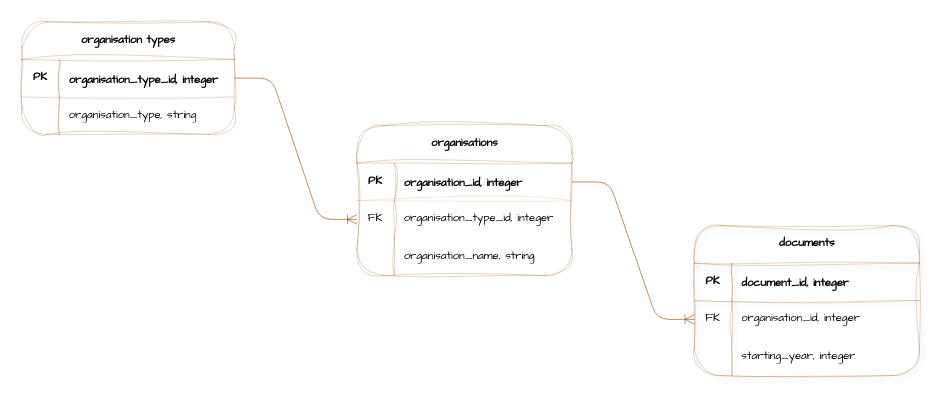
Earlier version of the draw.io diagram page "lines" (2 of 3) of data/images/objects.drawio (data-intelligence-00003/fetch). Source tidied: cells renumbered, new cells numbered last; positions are measured from the earlier drawing's top-left corner, leaving out a move shared by most shapes. Both pictures are drawn from the tidied source at 125%, with x=0, y=0 at pixel (21, 21).
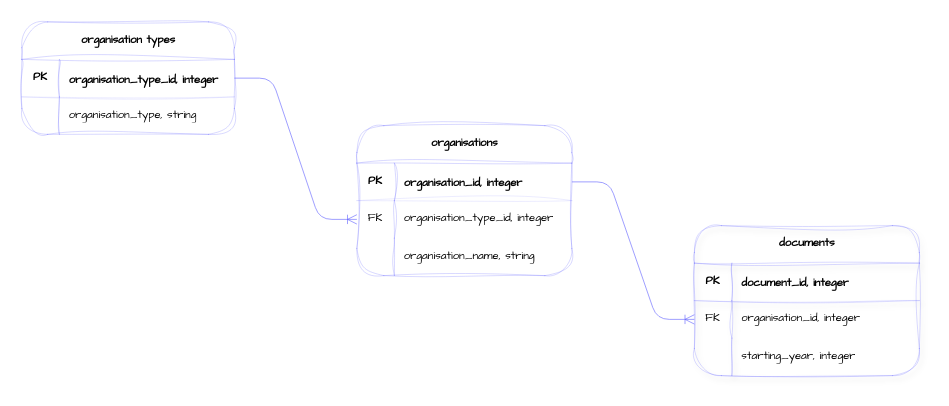
After the change.

Diff of the diagram source:
```diff
@@
-    <mxCell id="2" value="organisation types" style="shape=table;startSize=30;childLayout=tableLayout;rowLines=0;fontStyle=1;align=center;html=1;rounded=1;fontFamily=Comic Sans MS;fontSize=9;strokeColor=#994C00;fillColor=none;opacity=40;gradientColor=none;swimlaneLine=1;shadow=0;strokeWidth=0.5;sketch=1;curveFitting=1;jiggle=2;arcSize=23;" parent="1" vertex="1">
+    <mxCell id="2" value="organisation types" style="shape=table;startSize=30;childLayout=tableLayout;rowLines=0;fontStyle=1;align=center;html=1;rounded=1;fontFamily=Comic Sans MS;fontSize=9;strokeColor=#6666FF;fillColor=none;opacity=40;gradientColor=none;swimlaneLine=1;shadow=0;strokeWidth=0.5;sketch=1;curveFitting=1;jiggle=2;arcSize=23;" parent="1" vertex="1">
       <mxGeometry width="170" height="90" as="geometry" />
     </mxCell>
-    <mxCell id="3" style="shape=tableRow;horizontal=0;startSize=0;swimlaneHead=0;swimlaneBody=0;fillColor=none;points=[[0,0.5],[1,0.5]];portConstraint=eastwest;top=0;left=0;right=0;bottom=1;fontFamily=Comic Sans MS;fontSize=9;strokeColor=#994C00;opacity=20;gradientColor=none;swimlaneLine=1;shadow=0;strokeWidth=0.5;sketch=1;curveFitting=1;jiggle=2;" parent="2" vertex="1">
+    <mxCell id="3" style="shape=tableRow;horizontal=0;startSize=0;swimlaneHead=0;swimlaneBody=0;fillColor=none;points=[[0,0.5],[1,0.5]];portConstraint=eastwest;top=0;left=0;right=0;bottom=1;fontFamily=Comic Sans MS;fontSize=9;strokeColor=#6666FF;opacity=20;gradientColor=none;swimlaneLine=1;shadow=0;strokeWidth=0.5;sketch=1;curveFitting=1;jiggle=2;" parent="2" vertex="1">
       <mxGeometry y="30" width="170" height="30" as="geometry" />
     </mxCell>
-    <mxCell id="4" value="PK" style="shape=partialRectangle;fillColor=none;top=0;left=0;bottom=0;right=0;fontStyle=1;overflow=hidden;whiteSpace=wrap;html=1;fontFamily=Comic Sans MS;fontSize=9;strokeColor=#994C00;opacity=20;gradientColor=none;swimlaneLine=1;shadow=0;strokeWidth=0.5;sketch=1;curveFitting=1;jiggle=2;" parent="3" vertex="1">
+    <mxCell id="4" value="PK" style="shape=partialRectangle;fillColor=none;top=0;left=0;bottom=0;right=0;fontStyle=1;overflow=hidden;whiteSpace=wrap;html=1;fontFamily=Comic Sans MS;fontSize=9;strokeColor=#6666FF;opacity=20;gradientColor=none;swimlaneLine=1;shadow=0;strokeWidth=0.5;sketch=1;curveFitting=1;jiggle=2;" parent="3" vertex="1">
       <mxGeometry width="30" height="30" as="geometry" />
     </mxCell>
-    <mxCell id="5" value="&lt;p&gt;&lt;font face=&quot;Comic Sans MS&quot;&gt;organisation_type_id, integer&lt;/font&gt;&lt;/p&gt;" style="shape=partialRectangle;fillColor=none;top=0;left=0;bottom=0;right=0;align=left;spacingLeft=6;fontStyle=1;overflow=hidden;whiteSpace=wrap;html=1;fontFamily=Comic Sans MS;fontSize=9;strokeColor=#994C00;opacity=20;gradientColor=none;swimlaneLine=1;shadow=0;strokeWidth=0.5;sketch=1;curveFitting=1;jiggle=2;" parent="3" vertex="1">
+    <mxCell id="5" value="&lt;p&gt;&lt;font face=&quot;Comic Sans MS&quot;&gt;organisation_type_id, integer&lt;/font&gt;&lt;/p&gt;" style="shape=partialRectangle;fillColor=none;top=0;left=0;bottom=0;right=0;align=left;spacingLeft=6;fontStyle=1;overflow=hidden;whiteSpace=wrap;html=1;fontFamily=Comic Sans MS;fontSize=9;strokeColor=#6666FF;opacity=20;gradientColor=none;swimlaneLine=1;shadow=0;strokeWidth=0.5;sketch=1;curveFitting=1;jiggle=2;" parent="3" vertex="1">
       <mxGeometry x="30" width="140" height="30" as="geometry" />
     </mxCell>
-    <mxCell id="6" style="shape=tableRow;horizontal=0;startSize=0;swimlaneHead=0;swimlaneBody=0;fillColor=none;top=0;left=0;right=0;bottom=0;fontFamily=Comic Sans MS;fontSize=9;strokeColor=#994C00;opacity=20;gradientColor=none;swimlaneLine=1;shadow=0;strokeWidth=0.5;sketch=1;curveFitting=1;jiggle=2;" parent="2" vertex="1">
+    <mxCell id="6" style="shape=tableRow;horizontal=0;startSize=0;swimlaneHead=0;swimlaneBody=0;fillColor=none;top=0;left=0;right=0;bottom=0;fontFamily=Comic Sans MS;fontSize=9;strokeColor=#6666FF;opacity=20;gradientColor=none;swimlaneLine=1;shadow=0;strokeWidth=0.5;sketch=1;curveFitting=1;jiggle=2;" parent="2" vertex="1">
       <mxGeometry y="60" width="170" height="30" as="geometry" />
     </mxCell>
-    <mxCell id="7" style="shape=partialRectangle;fillColor=none;top=0;left=0;bottom=0;right=0;overflow=hidden;whiteSpace=wrap;html=1;fontFamily=Comic Sans MS;fontSize=9;strokeColor=#994C00;opacity=20;gradientColor=none;swimlaneLine=1;shadow=0;strokeWidth=0.5;sketch=1;curveFitting=1;jiggle=2;" parent="6" vertex="1">
+    <mxCell id="7" style="shape=partialRectangle;fillColor=none;top=0;left=0;bottom=0;right=0;overflow=hidden;whiteSpace=wrap;html=1;fontFamily=Comic Sans MS;fontSize=9;strokeColor=#6666FF;opacity=20;gradientColor=none;swimlaneLine=1;shadow=0;strokeWidth=0.5;sketch=1;curveFitting=1;jiggle=2;" parent="6" vertex="1">
       <mxGeometry width="30" height="30" as="geometry" />
     </mxCell>
-    <mxCell id="8" value="organisation_type, string" style="shape=partialRectangle;fillColor=none;top=0;left=0;bottom=0;right=0;align=left;spacingLeft=6;overflow=hidden;whiteSpace=wrap;html=1;fontFamily=Comic Sans MS;fontSize=9;strokeColor=#994C00;opacity=20;gradientColor=none;swimlaneLine=1;shadow=0;strokeWidth=0.5;sketch=1;curveFitting=1;jiggle=2;" parent="6" vertex="1">
+    <mxCell id="8" value="organisation_type, string" style="shape=partialRectangle;fillColor=none;top=0;left=0;bottom=0;right=0;align=left;spacingLeft=6;overflow=hidden;whiteSpace=wrap;html=1;fontFamily=Comic Sans MS;fontSize=9;strokeColor=#6666FF;opacity=20;gradientColor=none;swimlaneLine=1;shadow=0;strokeWidth=0.5;sketch=1;curveFitting=1;jiggle=2;" parent="6" vertex="1">
       <mxGeometry x="30" width="140" height="30" as="geometry" />
     </mxCell>
-    <mxCell id="9" value="organisations" style="shape=table;startSize=30;childLayout=tableLayout;rowLines=0;fontStyle=1;align=center;html=1;rounded=1;fontFamily=Comic Sans MS;fontSize=9;strokeColor=#994C00;fillColor=none;opacity=40;gradientColor=none;swimlaneLine=1;shadow=0;strokeWidth=0.5;arcSize=24;sketch=1;curveFitting=1;jiggle=2;" parent="1" vertex="1">
+    <mxCell id="9" value="organisations" style="shape=table;startSize=30;childLayout=tableLayout;rowLines=0;fontStyle=1;align=center;html=1;rounded=1;fontFamily=Comic Sans MS;fontSize=9;strokeColor=#6666FF;fillColor=none;opacity=40;gradientColor=none;swimlaneLine=1;shadow=0;strokeWidth=0.5;arcSize=24;sketch=1;curveFitting=1;jiggle=2;" parent="1" vertex="1">
       <mxGeometry x="268" y="83" width="172" height="120" as="geometry" />
     </mxCell>
-    <mxCell id="10" style="shape=tableRow;horizontal=0;startSize=0;swimlaneHead=0;swimlaneBody=0;fillColor=none;points=[[0,0.5],[1,0.5]];portConstraint=eastwest;top=0;left=0;right=0;bottom=1;fontFamily=Comic Sans MS;fontSize=9;strokeColor=#994C00;opacity=20;gradientColor=none;swimlaneLine=1;shadow=0;strokeWidth=0.5;sketch=1;curveFitting=1;jiggle=2;" parent="9" vertex="1">
+    <mxCell id="10" style="shape=tableRow;horizontal=0;startSize=0;swimlaneHead=0;swimlaneBody=0;fillColor=none;points=[[0,0.5],[1,0.5]];portConstraint=eastwest;top=0;left=0;right=0;bottom=1;fontFamily=Comic Sans MS;fontSize=9;strokeColor=#6666FF;opacity=20;gradientColor=none;swimlaneLine=1;shadow=0;strokeWidth=0.5;sketch=1;curveFitting=1;jiggle=2;" parent="9" vertex="1">
       <mxGeometry y="30" width="172" height="30" as="geometry" />
     </mxCell>
-    <mxCell id="11" value="PK" style="shape=partialRectangle;fillColor=none;top=0;left=0;bottom=0;right=0;fontStyle=1;overflow=hidden;whiteSpace=wrap;html=1;fontFamily=Comic Sans MS;fontSize=9;strokeColor=#994C00;opacity=20;gradientColor=none;swimlaneLine=1;shadow=0;strokeWidth=0.5;sketch=1;curveFitting=1;jiggle=2;" parent="10" vertex="1">
+    <mxCell id="11" value="PK" style="shape=partialRectangle;fillColor=none;top=0;left=0;bottom=0;right=0;fontStyle=1;overflow=hidden;whiteSpace=wrap;html=1;fontFamily=Comic Sans MS;fontSize=9;strokeColor=#6666FF;opacity=20;gradientColor=none;swimlaneLine=1;shadow=0;strokeWidth=0.5;sketch=1;curveFitting=1;jiggle=2;" parent="10" vertex="1">
       <mxGeometry width="30" height="30" as="geometry" />
     </mxCell>
-    <mxCell id="12" value="&lt;p&gt;&lt;font face=&quot;Comic Sans MS&quot;&gt;organisation_id, integer&lt;/font&gt;&lt;/p&gt;" style="shape=partialRectangle;fillColor=none;top=0;left=0;bottom=0;right=0;align=left;spacingLeft=6;fontStyle=1;overflow=hidden;whiteSpace=wrap;html=1;fontFamily=Comic Sans MS;fontSize=9;strokeColor=#994C00;opacity=20;gradientColor=none;swimlaneLine=1;shadow=0;strokeWidth=0.5;sketch=1;curveFitting=1;jiggle=2;" parent="10" vertex="1">
+    <mxCell id="12" value="&lt;p&gt;&lt;font face=&quot;Comic Sans MS&quot;&gt;organisation_id, integer&lt;/font&gt;&lt;/p&gt;" style="shape=partialRectangle;fillColor=none;top=0;left=0;bottom=0;right=0;align=left;spacingLeft=6;fontStyle=1;overflow=hidden;whiteSpace=wrap;html=1;fontFamily=Comic Sans MS;fontSize=9;strokeColor=#6666FF;opacity=20;gradientColor=none;swimlaneLine=1;shadow=0;strokeWidth=0.5;sketch=1;curveFitting=1;jiggle=2;" parent="10" vertex="1">
       <mxGeometry x="30" width="142" height="30" as="geometry" />
     </mxCell>
-    <mxCell id="13" style="shape=tableRow;horizontal=0;startSize=0;swimlaneHead=0;swimlaneBody=0;fillColor=none;points=[[0,0.5],[1,0.5]];portConstraint=eastwest;top=0;left=0;right=0;bottom=0;fontFamily=Comic Sans MS;fontSize=9;strokeColor=#994C00;opacity=20;gradientColor=none;swimlaneLine=1;shadow=0;strokeWidth=0.5;sketch=1;curveFitting=1;jiggle=2;" parent="9" vertex="1">
+    <mxCell id="13" style="shape=tableRow;horizontal=0;startSize=0;swimlaneHead=0;swimlaneBody=0;fillColor=none;points=[[0,0.5],[1,0.5]];portConstraint=eastwest;top=0;left=0;right=0;bottom=0;fontFamily=Comic Sans MS;fontSize=9;strokeColor=#6666FF;opacity=20;gradientColor=none;swimlaneLine=1;shadow=0;strokeWidth=0.5;sketch=1;curveFitting=1;jiggle=2;" parent="9" vertex="1">
       <mxGeometry y="60" width="172" height="30" as="geometry" />
     </mxCell>
-    <mxCell id="14" value="FK" style="shape=partialRectangle;fillColor=none;top=0;left=0;bottom=0;right=0;overflow=hidden;whiteSpace=wrap;html=1;fontFamily=Comic Sans MS;fontSize=9;strokeColor=#994C00;opacity=20;gradientColor=none;swimlaneLine=1;shadow=0;strokeWidth=0.5;sketch=1;curveFitting=1;jiggle=2;" parent="13" vertex="1">
+    <mxCell id="14" value="FK" style="shape=partialRectangle;fillColor=none;top=0;left=0;bottom=0;right=0;overflow=hidden;whiteSpace=wrap;html=1;fontFamily=Comic Sans MS;fontSize=9;strokeColor=#6666FF;opacity=20;gradientColor=none;swimlaneLine=1;shadow=0;strokeWidth=0.5;sketch=1;curveFitting=1;jiggle=2;" parent="13" vertex="1">
       <mxGeometry width="30" height="30" as="geometry" />
     </mxCell>
-    <mxCell id="15" value="organisation_type_id, integer" style="shape=partialRectangle;fillColor=none;top=0;left=0;bottom=0;right=0;align=left;spacingLeft=6;overflow=hidden;whiteSpace=wrap;html=1;fontFamily=Comic Sans MS;fontSize=9;strokeColor=#994C00;opacity=20;gradientColor=none;swimlaneLine=1;shadow=0;strokeWidth=0.5;sketch=1;curveFitting=1;jiggle=2;" parent="13" vertex="1">
+    <mxCell id="15" value="organisation_type_id, integer" style="shape=partialRectangle;fillColor=none;top=0;left=0;bottom=0;right=0;align=left;spacingLeft=6;overflow=hidden;whiteSpace=wrap;html=1;fontFamily=Comic Sans MS;fontSize=9;strokeColor=#6666FF;opacity=20;gradientColor=none;swimlaneLine=1;shadow=0;strokeWidth=0.5;sketch=1;curveFitting=1;jiggle=2;" parent="13" vertex="1">
       <mxGeometry x="30" width="142" height="30" as="geometry" />
     </mxCell>
-    <mxCell id="16" style="shape=tableRow;horizontal=0;startSize=0;swimlaneHead=0;swimlaneBody=0;fillColor=none;top=0;left=0;right=0;bottom=0;fontFamily=Comic Sans MS;fontSize=9;strokeColor=#994C00;opacity=20;gradientColor=none;swimlaneLine=1;shadow=0;strokeWidth=0.5;sketch=1;curveFitting=1;jiggle=2;" parent="9" vertex="1">
+    <mxCell id="16" style="shape=tableRow;horizontal=0;startSize=0;swimlaneHead=0;swimlaneBody=0;fillColor=none;top=0;left=0;right=0;bottom=0;fontFamily=Comic Sans MS;fontSize=9;strokeColor=#6666FF;opacity=20;gradientColor=none;swimlaneLine=1;shadow=0;strokeWidth=0.5;sketch=1;curveFitting=1;jiggle=2;" parent="9" vertex="1">
       <mxGeometry y="90" width="172" height="30" as="geometry" />
     </mxCell>
-    <mxCell id="17" style="shape=partialRectangle;fillColor=none;top=0;left=0;bottom=0;right=0;overflow=hidden;whiteSpace=wrap;html=1;fontFamily=Comic Sans MS;fontSize=9;strokeColor=#994C00;opacity=20;gradientColor=none;swimlaneLine=1;shadow=0;strokeWidth=0.5;sketch=1;curveFitting=1;jiggle=2;" parent="16" vertex="1">
+    <mxCell id="17" style="shape=partialRectangle;fillColor=none;top=0;left=0;bottom=0;right=0;overflow=hidden;whiteSpace=wrap;html=1;fontFamily=Comic Sans MS;fontSize=9;strokeColor=#6666FF;opacity=20;gradientColor=none;swimlaneLine=1;shadow=0;strokeWidth=0.5;sketch=1;curveFitting=1;jiggle=2;" parent="16" vertex="1">
       <mxGeometry width="30" height="30" as="geometry" />
     </mxCell>
-    <mxCell id="18" value="organisation_name, string" style="shape=partialRectangle;fillColor=none;top=0;left=0;bottom=0;right=0;align=left;spacingLeft=6;overflow=hidden;whiteSpace=wrap;html=1;fontFamily=Comic Sans MS;fontSize=9;strokeColor=#994C00;opacity=20;gradientColor=none;swimlaneLine=1;shadow=0;strokeWidth=0.5;sketch=1;curveFitting=1;jiggle=2;" parent="16" vertex="1">
+    <mxCell id="18" value="organisation_name, string" style="shape=partialRectangle;fillColor=none;top=0;left=0;bottom=0;right=0;align=left;spacingLeft=6;overflow=hidden;whiteSpace=wrap;html=1;fontFamily=Comic Sans MS;fontSize=9;strokeColor=#6666FF;opacity=20;gradientColor=none;swimlaneLine=1;shadow=0;strokeWidth=0.5;sketch=1;curveFitting=1;jiggle=2;" parent="16" vertex="1">
       <mxGeometry x="30" width="142" height="30" as="geometry" />
     </mxCell>
-    <mxCell id="19" value="documents" style="shape=table;startSize=30;childLayout=tableLayout;rowLines=0;fontStyle=1;align=center;html=1;rounded=1;fontFamily=Comic Sans MS;fontSize=9;strokeColor=#994C00;fillColor=none;opacity=40;gradientColor=none;swimlaneLine=1;shadow=1;strokeWidth=0.5;arcSize=24;sketch=1;curveFitting=1;jiggle=2;" parent="1" vertex="1">
+    <mxCell id="19" value="documents" style="shape=table;startSize=30;childLayout=tableLayout;rowLines=0;fontStyle=1;align=center;html=1;rounded=1;fontFamily=Comic Sans MS;fontSize=9;strokeColor=#6666FF;fillColor=none;opacity=40;gradientColor=none;swimlaneLine=1;shadow=1;strokeWidth=0.5;arcSize=24;sketch=1;curveFitting=1;jiggle=2;" parent="1" vertex="1">
       <mxGeometry x="538" y="163" width="180" height="120" as="geometry" />
     </mxCell>
-    <mxCell id="20" style="shape=tableRow;horizontal=0;startSize=0;swimlaneHead=0;swimlaneBody=0;fillColor=none;top=0;left=0;right=0;bottom=1;fontFamily=Comic Sans MS;fontSize=9;strokeColor=#994C00;opacity=30;gradientColor=none;swimlaneLine=1;shadow=1;strokeWidth=0.5;sketch=1;curveFitting=1;jiggle=2;" parent="19" vertex="1">
+    <mxCell id="20" style="shape=tableRow;horizontal=0;startSize=0;swimlaneHead=0;swimlaneBody=0;fillColor=none;top=0;left=0;right=0;bottom=1;fontFamily=Comic Sans MS;fontSize=9;strokeColor=#6666FF;opacity=30;gradientColor=none;swimlaneLine=1;shadow=1;strokeWidth=0.5;sketch=1;curveFitting=1;jiggle=2;" parent="19" vertex="1">
       <mxGeometry y="30" width="180" height="30" as="geometry" />
     </mxCell>
-    <mxCell id="21" value="PK" style="shape=partialRectangle;fillColor=none;top=0;left=0;bottom=0;right=0;fontStyle=1;overflow=hidden;whiteSpace=wrap;html=1;fontFamily=Comic Sans MS;fontSize=9;strokeColor=#994C00;opacity=30;gradientColor=none;swimlaneLine=1;shadow=1;strokeWidth=0.5;sketch=1;curveFitting=1;jiggle=2;" parent="20" vertex="1">
+    <mxCell id="21" value="PK" style="shape=partialRectangle;fillColor=none;top=0;left=0;bottom=0;right=0;fontStyle=1;overflow=hidden;whiteSpace=wrap;html=1;fontFamily=Comic Sans MS;fontSize=9;strokeColor=#6666FF;opacity=30;gradientColor=none;swimlaneLine=1;shadow=1;strokeWidth=0.5;sketch=1;curveFitting=1;jiggle=2;" parent="20" vertex="1">
       <mxGeometry width="30" height="30" as="geometry" />
     </mxCell>
-    <mxCell id="22" value="&lt;p&gt;&lt;font face=&quot;Comic Sans MS&quot;&gt;document_id, integer&lt;/font&gt;&lt;/p&gt;" style="shape=partialRectangle;fillColor=none;top=0;left=0;bottom=0;right=0;align=left;spacingLeft=6;fontStyle=1;overflow=hidden;whiteSpace=wrap;html=1;fontFamily=Comic Sans MS;fontSize=9;strokeColor=#994C00;opacity=30;gradientColor=none;swimlaneLine=1;shadow=1;strokeWidth=0.5;sketch=1;curveFitting=1;jiggle=2;" parent="20" vertex="1">
+    <mxCell id="22" value="&lt;p&gt;&lt;font face=&quot;Comic Sans MS&quot;&gt;document_id, integer&lt;/font&gt;&lt;/p&gt;" style="shape=partialRectangle;fillColor=none;top=0;left=0;bottom=0;right=0;align=left;spacingLeft=6;fontStyle=1;overflow=hidden;whiteSpace=wrap;html=1;fontFamily=Comic Sans MS;fontSize=9;strokeColor=#6666FF;opacity=30;gradientColor=none;swimlaneLine=1;shadow=1;strokeWidth=0.5;sketch=1;curveFitting=1;jiggle=2;" parent="20" vertex="1">
       <mxGeometry x="30" width="150" height="30" as="geometry" />
     </mxCell>
-    <mxCell id="23" style="shape=tableRow;horizontal=0;startSize=0;swimlaneHead=0;swimlaneBody=0;fillColor=none;points=[[0,0.5],[1,0.5]];portConstraint=eastwest;top=0;left=0;right=0;bottom=0;fontFamily=Comic Sans MS;fontSize=9;strokeColor=#994C00;opacity=30;gradientColor=none;swimlaneLine=1;shadow=1;strokeWidth=0.5;sketch=1;curveFitting=1;jiggle=2;" parent="19" vertex="1">
+    <mxCell id="23" style="shape=tableRow;horizontal=0;startSize=0;swimlaneHead=0;swimlaneBody=0;fillColor=none;points=[[0,0.5],[1,0.5]];portConstraint=eastwest;top=0;left=0;right=0;bottom=0;fontFamily=Comic Sans MS;fontSize=9;strokeColor=#6666FF;opacity=30;gradientColor=none;swimlaneLine=1;shadow=1;strokeWidth=0.5;sketch=1;curveFitting=1;jiggle=2;" parent="19" vertex="1">
       <mxGeometry y="60" width="180" height="30" as="geometry" />
     </mxCell>
-    <mxCell id="24" value="FK" style="shape=partialRectangle;fillColor=none;top=0;left=0;bottom=0;right=0;overflow=hidden;whiteSpace=wrap;html=1;fontFamily=Comic Sans MS;fontSize=9;strokeColor=#994C00;opacity=30;gradientColor=none;swimlaneLine=1;shadow=1;strokeWidth=0.5;sketch=1;curveFitting=1;jiggle=2;" parent="23" vertex="1">
+    <mxCell id="24" value="FK" style="shape=partialRectangle;fillColor=none;top=0;left=0;bottom=0;right=0;overflow=hidden;whiteSpace=wrap;html=1;fontFamily=Comic Sans MS;fontSize=9;strokeColor=#6666FF;opacity=30;gradientColor=none;swimlaneLine=1;shadow=1;strokeWidth=0.5;sketch=1;curveFitting=1;jiggle=2;" parent="23" vertex="1">
       <mxGeometry width="30" height="30" as="geometry" />
     </mxCell>
-    <mxCell id="25" value="organisation_id, integer" style="shape=partialRectangle;fillColor=none;top=0;left=0;bottom=0;right=0;align=left;spacingLeft=6;overflow=hidden;whiteSpace=wrap;html=1;fontFamily=Comic Sans MS;fontSize=9;strokeColor=#994C00;opacity=30;gradientColor=none;swimlaneLine=1;shadow=1;strokeWidth=0.5;sketch=1;curveFitting=1;jiggle=2;" parent="23" vertex="1">
+    <mxCell id="25" value="organisation_id, integer" style="shape=partialRectangle;fillColor=none;top=0;left=0;bottom=0;right=0;align=left;spacingLeft=6;overflow=hidden;whiteSpace=wrap;html=1;fontFamily=Comic Sans MS;fontSize=9;strokeColor=#6666FF;opacity=30;gradientColor=none;swimlaneLine=1;shadow=1;strokeWidth=0.5;sketch=1;curveFitting=1;jiggle=2;" parent="23" vertex="1">
       <mxGeometry x="30" width="150" height="30" as="geometry" />
     </mxCell>
-    <mxCell id="26" style="shape=tableRow;horizontal=0;startSize=0;swimlaneHead=0;swimlaneBody=0;fillColor=none;top=0;left=0;right=0;bottom=0;fontFamily=Comic Sans MS;fontSize=9;strokeColor=#994C00;opacity=30;gradientColor=none;swimlaneLine=1;shadow=1;strokeWidth=0.5;sketch=1;curveFitting=1;jiggle=2;" parent="19" vertex="1">
+    <mxCell id="26" style="shape=tableRow;horizontal=0;startSize=0;swimlaneHead=0;swimlaneBody=0;fillColor=none;top=0;left=0;right=0;bottom=0;fontFamily=Comic Sans MS;fontSize=9;strokeColor=#6666FF;opacity=30;gradientColor=none;swimlaneLine=1;shadow=1;strokeWidth=0.5;sketch=1;curveFitting=1;jiggle=2;" parent="19" vertex="1">
       <mxGeometry y="90" width="180" height="30" as="geometry" />
     </mxCell>
-    <mxCell id="27" style="shape=partialRectangle;fillColor=none;top=0;left=0;bottom=0;right=0;overflow=hidden;whiteSpace=wrap;html=1;fontFamily=Comic Sans MS;fontSize=9;strokeColor=#994C00;opacity=30;gradientColor=none;swimlaneLine=1;shadow=1;strokeWidth=0.5;sketch=1;curveFitting=1;jiggle=2;" parent="26" vertex="1">
+    <mxCell id="27" style="shape=partialRectangle;fillColor=none;top=0;left=0;bottom=0;right=0;overflow=hidden;whiteSpace=wrap;html=1;fontFamily=Comic Sans MS;fontSize=9;strokeColor=#6666FF;opacity=30;gradientColor=none;swimlaneLine=1;shadow=1;strokeWidth=0.5;sketch=1;curveFitting=1;jiggle=2;" parent="26" vertex="1">
       <mxGeometry width="30" height="30" as="geometry" />
     </mxCell>
-    <mxCell id="28" value="starting_year, integer" style="shape=partialRectangle;fillColor=none;top=0;left=0;bottom=0;right=0;align=left;spacingLeft=6;overflow=hidden;whiteSpace=wrap;html=1;fontFamily=Comic Sans MS;fontSize=9;strokeColor=#994C00;opacity=30;gradientColor=none;swimlaneLine=1;shadow=1;strokeWidth=0.5;sketch=1;curveFitting=1;jiggle=2;" parent="26" vertex="1">
+    <mxCell id="28" value="starting_year, integer" style="shape=partialRectangle;fillColor=none;top=0;left=0;bottom=0;right=0;align=left;spacingLeft=6;overflow=hidden;whiteSpace=wrap;html=1;fontFamily=Comic Sans MS;fontSize=9;strokeColor=#6666FF;opacity=30;gradientColor=none;swimlaneLine=1;shadow=1;strokeWidth=0.5;sketch=1;curveFitting=1;jiggle=2;" parent="26" vertex="1">
       <mxGeometry x="30" width="150" height="30" as="geometry" />
     </mxCell>
-    <mxCell id="29" style="edgeStyle=entityRelationEdgeStyle;fontSize=12;html=1;endArrow=ERoneToMany;rounded=1;entryX=0;entryY=0.5;entryDx=0;entryDy=0;strokeColor=#994C00;strokeWidth=0.5;" parent="1" edge="1" source="10" target="23">
+    <mxCell id="29" style="edgeStyle=entityRelationEdgeStyle;fontSize=12;html=1;endArrow=ERoneToMany;rounded=1;entryX=0;entryY=0.5;entryDx=0;entryDy=0;strokeColor=#6666FF;strokeWidth=0.5;" parent="1" edge="1" source="10" target="23">
       <mxGeometry relative="1" as="geometry" />
     </mxCell>
-    <mxCell id="30" style="edgeStyle=entityRelationEdgeStyle;fontSize=12;html=1;endArrow=ERoneToMany;rounded=1;entryX=0;entryY=0.5;entryDx=0;entryDy=0;exitX=1;exitY=0.5;exitDx=0;exitDy=0;strokeColor=#994C00;strokeWidth=0.5;" parent="1" edge="1" source="3" target="13">
+    <mxCell id="30" style="edgeStyle=entityRelationEdgeStyle;fontSize=12;html=1;endArrow=ERoneToMany;rounded=1;entryX=0;entryY=0.5;entryDx=0;entryDy=0;exitX=1;exitY=0.5;exitDx=0;exitDy=0;strokeColor=#6666FF;strokeWidth=0.5;" parent="1" edge="1" source="3" target="13">
       <mxGeometry relative="1" as="geometry" />
     </mxCell>
```
